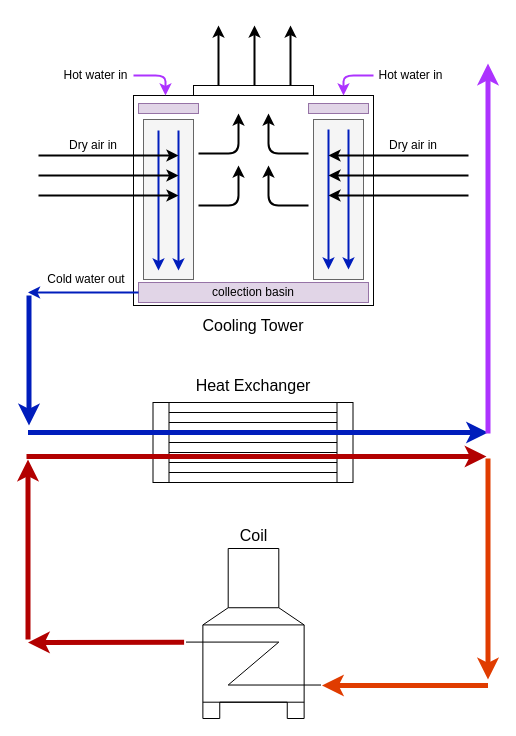
Before: Untitled Diagram.drawio in mind-chn/mind-chn, a draw.io diagram. Source tidied: cells renumbered, new cells numbered last; positions are measured from the earlier drawing's top-left corner, leaving out a move shared by most shapes. Both pictures are drawn from the tidied source at 100%, with x=0, y=0 at pixel (26, 25).
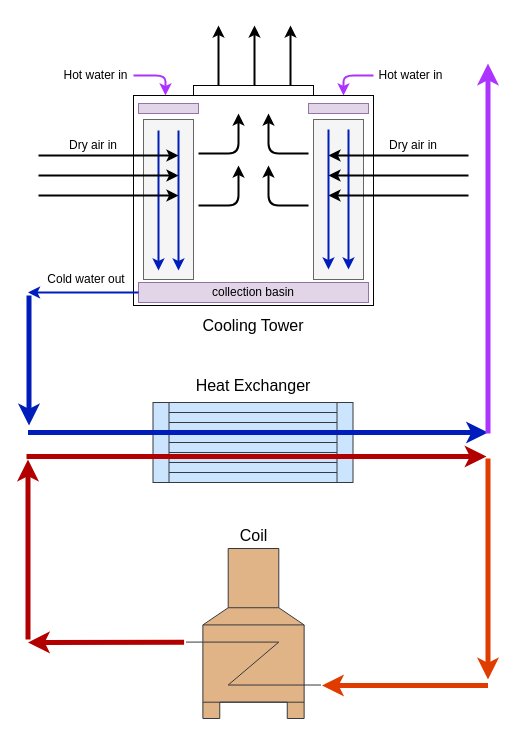
Above is the later version.

Unchanged cells that the change refers to:
```xml
<mxCell id="3" style="group;" parent="2" vertex="1">
  <mxGeometry width="461.5" height="693" as="geometry" />
</mxCell>
```

The edit, as a diff of the source:
```diff
@@
-    <mxCell id="4" style="shape=mxgraph.pid.vessels.furnace;html=1;align=center;verticalLabelPosition=bottom;verticalAlign=top;dashed=0;strokeColor=#000000;fillColor=#FFFFFF;" parent="3" vertex="1">
+    <mxCell id="4" style="shape=mxgraph.pid.vessels.furnace;html=1;align=center;verticalLabelPosition=bottom;verticalAlign=top;dashed=0;strokeColor=#36393d;fillColor=#E0B487;" parent="3" vertex="1">
       <mxGeometry x="159.5" y="523" width="135" height="170" as="geometry" />
     </mxCell>
-    <mxCell id="5" style="shape=mxgraph.pid.heat_exchangers.fixed_straight_tubes_heat_exchanger;html=1;align=center;verticalLabelPosition=bottom;verticalAlign=top;dashed=0;strokeColor=#000000;fillColor=#FFFFFF;" parent="3" vertex="1">
+    <mxCell id="5" style="shape=mxgraph.pid.heat_exchangers.fixed_straight_tubes_heat_exchanger;html=1;align=center;verticalLabelPosition=bottom;verticalAlign=top;dashed=0;strokeColor=#36393d;fillColor=#cce5ff;" parent="3" vertex="1">
       <mxGeometry x="126.5" y="377" width="200" height="80" as="geometry" />
     </mxCell>
```
